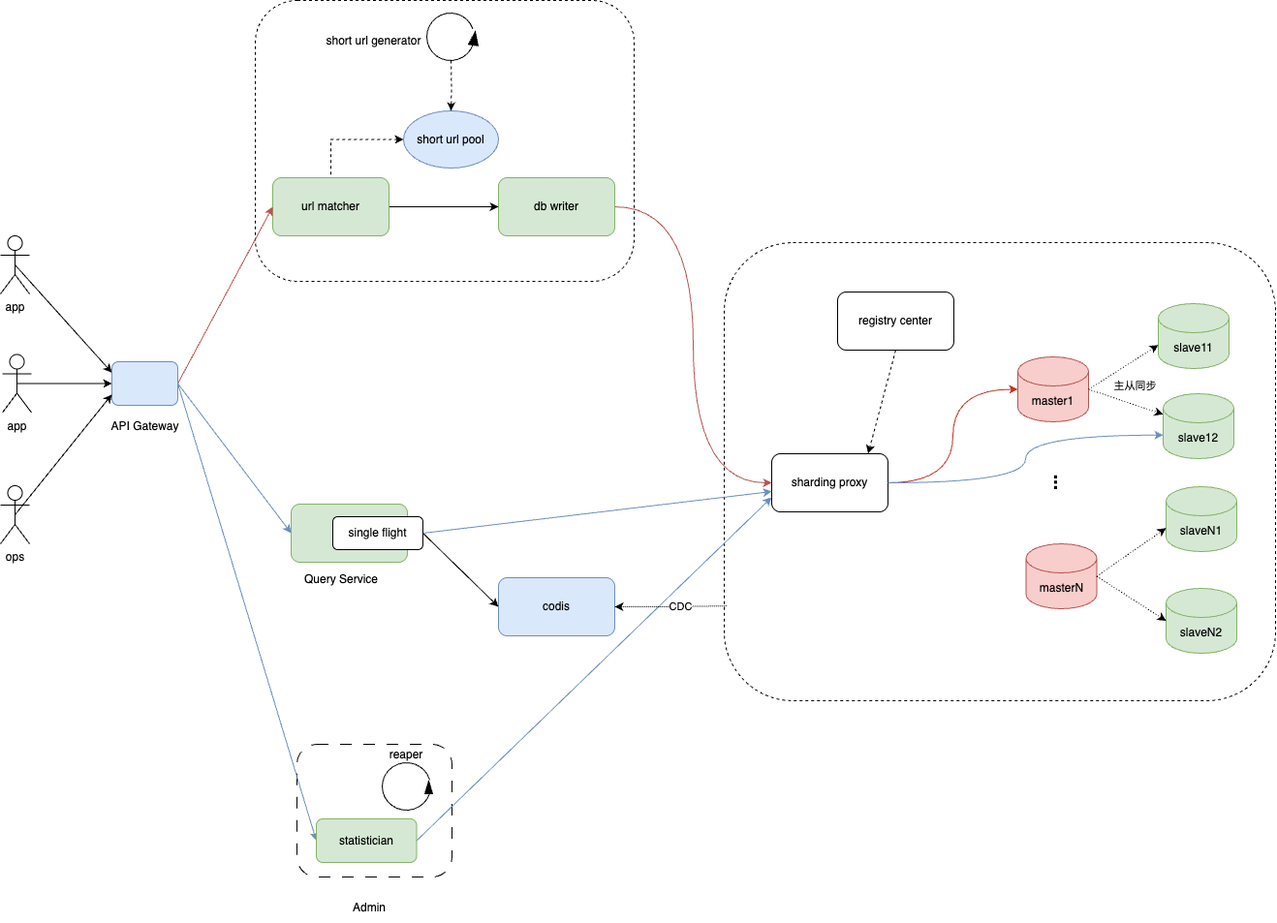
This is pictures/final.drawio.png from alikWu/system-design, a draw.io export, as it was before one commit. Source tidied: cells renumbered, new cells last; positions are measured from the earlier drawing's top-left corner, leaving out a move shared by most shapes.
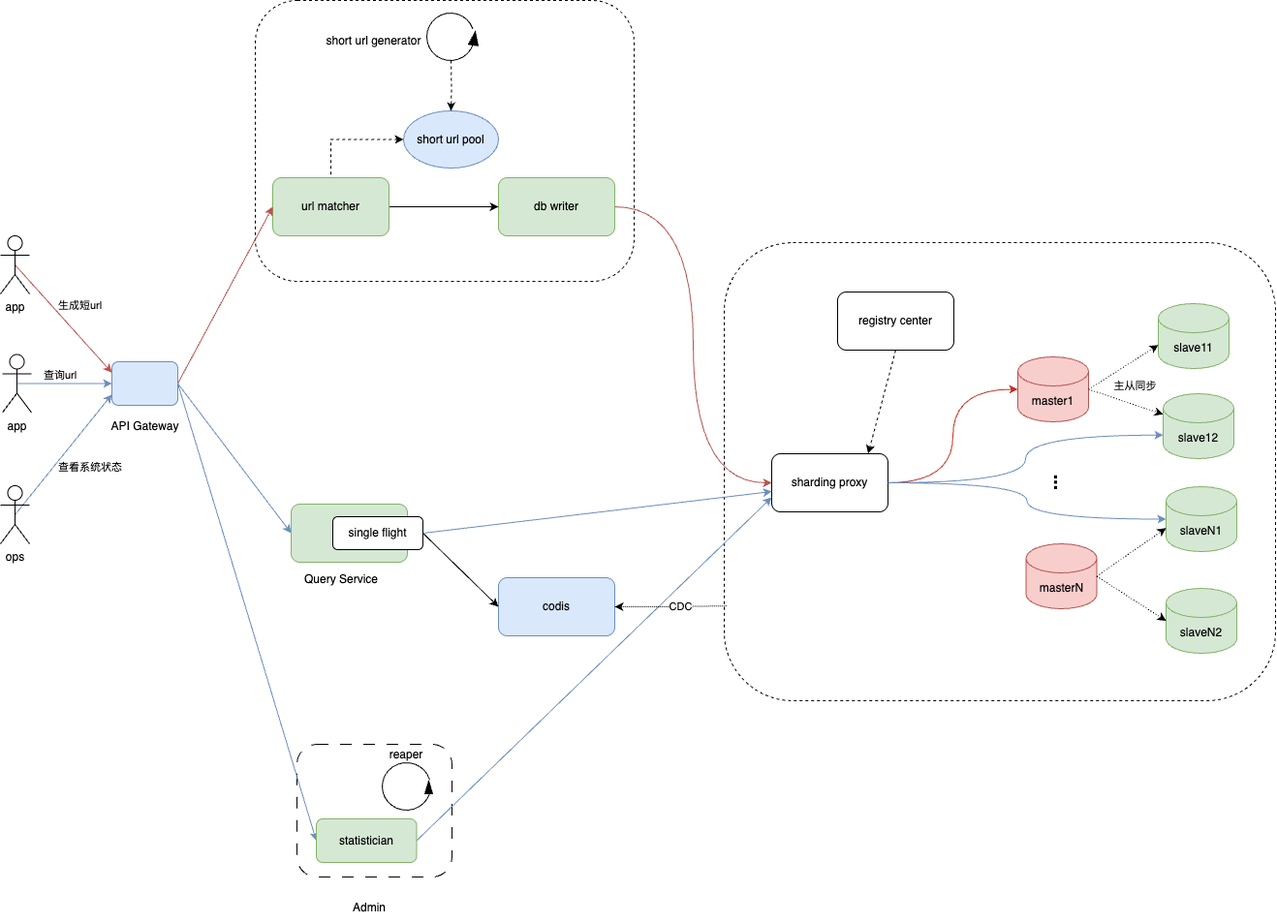
Above is the later version.

The edit, as a diff of the source:
```diff
@@ -34,7 +34,7 @@
         <mxPoint x="465" y="62" as="sourcePoint" />
       </mxGeometry>
     </mxCell>
-    <mxCell id="12" style="rounded=0;jettySize=auto;html=1;exitX=0.5;exitY=0.5;exitDx=0;exitDy=0;exitPerimeter=0;entryX=0;entryY=0.25;entryDx=0;entryDy=0;" parent="1" edge="1" source="13" target="36">
+    <mxCell id="12" style="rounded=0;jettySize=auto;html=1;exitX=0.5;exitY=0.5;exitDx=0;exitDy=0;exitPerimeter=0;entryX=0;entryY=0.25;entryDx=0;entryDy=0;fillColor=#f8cecc;strokeColor=#b85450;" parent="1" edge="1" source="13" target="36">
       <mxGeometry relative="1" as="geometry" />
     </mxCell>
     <mxCell id="13" value="app" style="shape=umlActor;verticalLabelPosition=bottom;verticalAlign=top;html=1;outlineConnect=0;" parent="1" vertex="1">
@@ -112,13 +112,13 @@
     <mxCell id="36" style="rounded=1;whiteSpace=wrap;html=1;fillColor=#dae8fc;strokeColor=#6c8ebf;" parent="1" vertex="1">
       <mxGeometry x="115" y="373" width="68" height="45" as="geometry" />
     </mxCell>
-    <mxCell id="37" style="edgeStyle=orthogonalEdgeStyle;rounded=0;jettySize=auto;html=1;exitX=0.5;exitY=0.5;exitDx=0;exitDy=0;exitPerimeter=0;" parent="1" edge="1" source="38" target="36">
+    <mxCell id="37" style="edgeStyle=orthogonalEdgeStyle;rounded=0;jettySize=auto;html=1;exitX=0.5;exitY=0.5;exitDx=0;exitDy=0;exitPerimeter=0;fillColor=#dae8fc;strokeColor=#6c8ebf;" parent="1" edge="1" source="38" target="36">
       <mxGeometry relative="1" as="geometry" />
     </mxCell>
     <mxCell id="38" value="app" style="shape=umlActor;verticalLabelPosition=bottom;verticalAlign=top;html=1;outlineConnect=0;" parent="1" vertex="1">
       <mxGeometry x="2" y="365.5" width="30" height="60" as="geometry" />
     </mxCell>
-    <mxCell id="39" style="rounded=0;jettySize=auto;html=1;exitX=0.5;exitY=0.5;exitDx=0;exitDy=0;exitPerimeter=0;entryX=0;entryY=0.75;entryDx=0;entryDy=0;" parent="1" edge="1" source="40" target="36">
+    <mxCell id="39" style="rounded=0;jettySize=auto;html=1;exitX=0.5;exitY=0.5;exitDx=0;exitDy=0;exitPerimeter=0;entryX=0;entryY=0.75;entryDx=0;entryDy=0;fillColor=#dae8fc;strokeColor=#6c8ebf;" parent="1" edge="1" source="40" target="36">
       <mxGeometry relative="1" as="geometry" />
     </mxCell>
     <mxCell id="40" value="ops" style="shape=umlActor;verticalLabelPosition=bottom;verticalAlign=top;html=1;outlineConnect=0;" parent="1" vertex="1">
@@ -172,5 +172,17 @@
     <mxCell id="55" value="CDC" style="edgeLabel;html=1;align=center;verticalAlign=middle;" parent="54" vertex="1">
       <mxGeometry x="0.18" relative="1" as="geometry" />
     </mxCell>
+    <mxCell id="56" style="edgeStyle=orthogonalEdgeStyle;rounded=0;jettySize=auto;html=1;exitX=1;exitY=0.5;exitDx=0;exitDy=0;entryX=0;entryY=0.5;entryDx=0;entryDy=0;entryPerimeter=0;curved=1;fillColor=#dae8fc;strokeColor=#6c8ebf;" parent="1" edge="1" source="28" target="23">
+      <mxGeometry relative="1" as="geometry" />
+    </mxCell>
+    <mxCell id="57" value="&lt;span style=&quot;color: rgb(0, 0, 0); font-family: Helvetica; font-size: 11px; font-style: normal; font-variant-ligatures: normal; font-variant-caps: normal; font-weight: 400; letter-spacing: normal; orphans: 2; text-align: center; text-indent: 0px; text-transform: none; widows: 2; word-spacing: 0px; -webkit-text-stroke-width: 0px; white-space: nowrap; background-color: rgb(255, 255, 255); text-decoration-thickness: initial; text-decoration-style: initial; text-decoration-color: initial; display: inline !important; float: none;&quot;&gt;生成短url&lt;/span&gt;" style="text;whiteSpace=wrap;html=1;" parent="1" vertex="1">
+      <mxGeometry x="58" y="301" width="73" height="36" as="geometry" />
+    </mxCell>
+    <mxCell id="58" value="&lt;span style=&quot;color: rgb(0, 0, 0); font-family: Helvetica; font-size: 11px; font-style: normal; font-variant-ligatures: normal; font-variant-caps: normal; font-weight: 400; letter-spacing: normal; orphans: 2; text-align: center; text-indent: 0px; text-transform: none; widows: 2; word-spacing: 0px; -webkit-text-stroke-width: 0px; white-space: nowrap; background-color: rgb(255, 255, 255); text-decoration-thickness: initial; text-decoration-style: initial; text-decoration-color: initial; display: inline !important; float: none;&quot;&gt;查询url&lt;/span&gt;" style="text;whiteSpace=wrap;html=1;" parent="1" vertex="1">
+      <mxGeometry x="43.5" y="373" width="62" height="36" as="geometry" />
+    </mxCell>
+    <mxCell id="59" value="&lt;span style=&quot;color: rgb(0, 0, 0); font-family: Helvetica; font-size: 11px; font-style: normal; font-variant-ligatures: normal; font-variant-caps: normal; font-weight: 400; letter-spacing: normal; orphans: 2; text-align: center; text-indent: 0px; text-transform: none; widows: 2; word-spacing: 0px; -webkit-text-stroke-width: 0px; white-space: nowrap; background-color: rgb(255, 255, 255); text-decoration-thickness: initial; text-decoration-style: initial; text-decoration-color: initial; display: inline !important; float: none;&quot;&gt;查看系统状态&lt;/span&gt;" style="text;whiteSpace=wrap;html=1;" parent="1" vertex="1">
+      <mxGeometry x="58" y="468.5" width="94" height="36" as="geometry" />
+    </mxCell>
   </root>
 </mxGraphModel>
```
